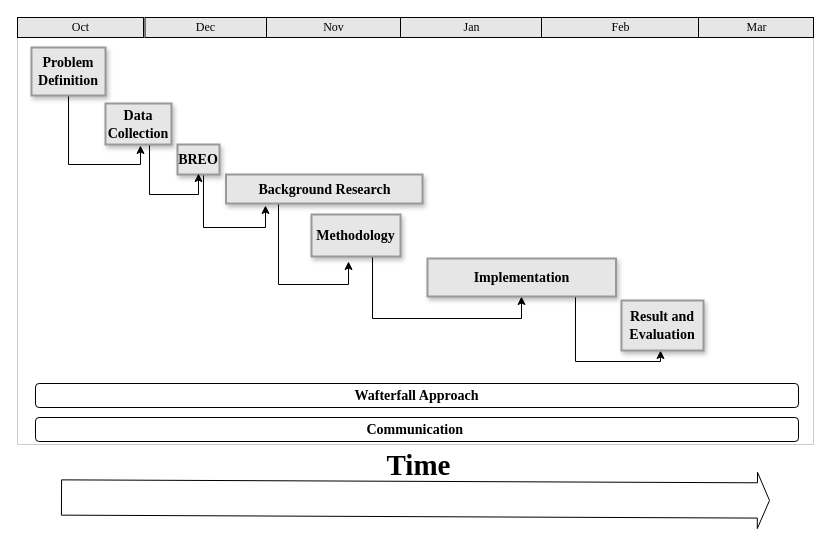
347115683/Diagram keeps this draw.io diagram as gantt.drawio. Above is the earlier version. Source tidied: cells renumbered, new cells numbered last; positions are measured from the earlier drawing's top-left corner, leaving out a move shared by most shapes. Both pictures are drawn from the tidied source at 100%, with x=0, y=0 at pixel (17, 17).
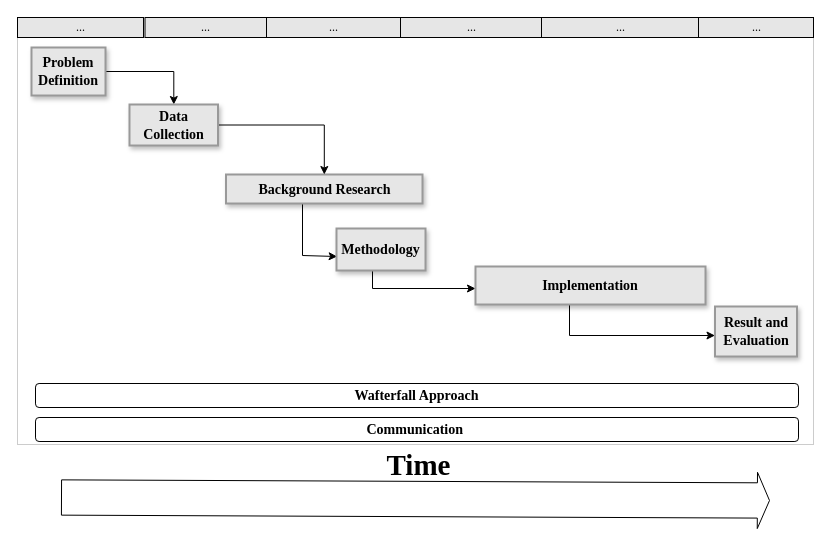
The same page after the edit.

The change refers to these unchanged cells:
```xml
<mxCell id="10" value="&lt;b&gt;&lt;font face=&quot;Times New Roman&quot;&gt;Problem Definition&lt;br&gt;&lt;/font&gt;&lt;/b&gt;" style="whiteSpace=wrap;html=1;strokeWidth=2;fillColor=#E6E6E6;gradientColor=none;fontSize=14;align=center;strokeColor=#999999;shadow=1;" parent="1" vertex="1">
  <mxGeometry x="14" y="30" width="74" height="48" as="geometry" />
</mxCell>
<mxCell id="12" value="&lt;b&gt;&lt;font face=&quot;Times New Roman&quot;&gt;Background Research&lt;/font&gt;&lt;/b&gt;" style="whiteSpace=wrap;html=1;strokeWidth=2;fillColor=#E6E6E6;gradientColor=none;fontSize=14;align=center;strokeColor=#999999;shadow=1;" parent="1" vertex="1">
  <mxGeometry x="208.5" y="157" width="196.5" height="29" as="geometry" />
</mxCell>
```

Change to the diagram source:
```diff
@@
-    <mxCell id="3" value="&lt;font face=&quot;Times New Roman&quot;&gt;Jan&lt;/font&gt;" style="strokeWidth=1;fontStyle=0;html=1;fillColor=#E6E6E6;shadow=0;" parent="1" vertex="1">
+    <mxCell id="3" value="&lt;font face=&quot;Times New Roman&quot;&gt;...&lt;/font&gt;" style="strokeWidth=1;fontStyle=0;html=1;fillColor=#E6E6E6;shadow=0;" parent="1" vertex="1">
       <mxGeometry x="382" width="143" height="20" as="geometry" />
     </mxCell>
-    <mxCell id="4" value="&lt;font face=&quot;Times New Roman&quot;&gt;Feb&lt;/font&gt;" style="strokeWidth=1;fontStyle=0;html=1;fillColor=#E6E6E6;shadow=0;" parent="1" vertex="1">
+    <mxCell id="4" value="&lt;font face=&quot;Times New Roman&quot;&gt;...&lt;/font&gt;" style="strokeWidth=1;fontStyle=0;html=1;fillColor=#E6E6E6;shadow=0;" parent="1" vertex="1">
       <mxGeometry x="524" width="157" height="20" as="geometry" />
     </mxCell>
-    <mxCell id="5" value="&lt;font face=&quot;Times New Roman&quot;&gt;Mar&lt;/font&gt;" style="strokeWidth=1;fontStyle=0;html=1;fillColor=#E6E6E6;shadow=0;" parent="1" vertex="1">
+    <mxCell id="5" value="&lt;font face=&quot;Times New Roman&quot;&gt;...&lt;/font&gt;" style="strokeWidth=1;fontStyle=0;html=1;fillColor=#E6E6E6;shadow=0;" parent="1" vertex="1">
       <mxGeometry x="681" width="115" height="20" as="geometry" />
     </mxCell>
-    <mxCell id="6" value="&lt;font face=&quot;Times New Roman&quot;&gt;Oct&lt;/font&gt;" style="strokeWidth=1;fontStyle=0;html=1;fillColor=#E6E6E6;shadow=0;" parent="1" vertex="1">
+    <mxCell id="6" value="&lt;font face=&quot;Times New Roman&quot;&gt;...&lt;/font&gt;" style="strokeWidth=1;fontStyle=0;html=1;fillColor=#E6E6E6;shadow=0;" parent="1" vertex="1">
       <mxGeometry width="126" height="20" as="geometry" />
     </mxCell>
-    <mxCell id="7" value="&lt;font face=&quot;Times New Roman&quot;&gt;Nov&lt;/font&gt;" style="strokeWidth=1;fontStyle=0;html=1;fillColor=#E6E6E6;shadow=0;" parent="1" vertex="1">
+    <mxCell id="7" value="&lt;font face=&quot;Times New Roman&quot;&gt;...&lt;/font&gt;" style="strokeWidth=1;fontStyle=0;html=1;fillColor=#E6E6E6;shadow=0;" parent="1" vertex="1">
       <mxGeometry x="249" width="134" height="20" as="geometry" />
     </mxCell>
-    <mxCell id="8" value="&lt;font face=&quot;Times New Roman&quot;&gt;Dec&lt;/font&gt;" style="strokeWidth=1;fontStyle=0;html=1;fillColor=#E6E6E6;shadow=0;" parent="1" vertex="1">
+    <mxCell id="8" value="&lt;font face=&quot;Times New Roman&quot;&gt;...&lt;/font&gt;" style="strokeWidth=1;fontStyle=0;html=1;fillColor=#E6E6E6;shadow=0;" parent="1" vertex="1">
       <mxGeometry x="127.5" width="121.5" height="20" as="geometry" />
     </mxCell>
-    <mxCell id="9" style="edgeStyle=orthogonalEdgeStyle;rounded=0;jettySize=auto;html=1;entryX=0.53;entryY=1.024;entryDx=0;entryDy=0;entryPerimeter=0;" parent="1" edge="1" source="10" target="21">
+    <mxCell id="9" style="edgeStyle=orthogonalEdgeStyle;rounded=0;jettySize=auto;html=1;" parent="1" edge="1" source="10" target="21">
       <mxGeometry relative="1" as="geometry" />
     </mxCell>
@@
-    <mxCell id="11" style="edgeStyle=orthogonalEdgeStyle;rounded=0;jettySize=auto;html=1;entryX=0.416;entryY=1.119;entryDx=0;entryDy=0;entryPerimeter=0;" parent="1" edge="1" source="12" target="14">
+    <mxCell id="11" style="edgeStyle=orthogonalEdgeStyle;rounded=0;jettySize=auto;html=1;entryX=0.007;entryY=0.667;entryDx=0;entryDy=0;entryPerimeter=0;" parent="1" edge="1" source="12" target="14">
       <mxGeometry relative="1" as="geometry">
         <Array as="points">
-          <mxPoint x="261" y="267" />
-          <mxPoint x="331" y="267" />
+          <mxPoint x="285" y="238" />
         </Array>
       </mxGeometry>
     </mxCell>
@@
     <mxCell id="13" style="edgeStyle=orthogonalEdgeStyle;rounded=0;jettySize=auto;html=1;" parent="1" edge="1" source="14" target="16">
       <mxGeometry relative="1" as="geometry">
         <Array as="points">
-          <mxPoint x="355" y="301" />
-          <mxPoint x="504" y="301" />
+          <mxPoint x="355" y="271" />
         </Array>
       </mxGeometry>
     </mxCell>
     <mxCell id="14" value="&lt;b&gt;&lt;font face=&quot;Times New Roman&quot;&gt;Methodology&lt;/font&gt;&lt;/b&gt;" style="whiteSpace=wrap;html=1;strokeWidth=2;fillColor=#E6E6E6;gradientColor=none;fontSize=14;align=center;strokeColor=#999999;shadow=1;" parent="1" vertex="1">
-      <mxGeometry x="294" y="197" width="89" height="42" as="geometry" />
+      <mxGeometry x="319" y="211" width="89" height="42" as="geometry" />
     </mxCell>
-    <mxCell id="15" style="edgeStyle=orthogonalEdgeStyle;rounded=0;jettySize=auto;html=1;entryX=0.476;entryY=1;entryDx=0;entryDy=0;entryPerimeter=0;" parent="1" edge="1" source="16" target="17">
+    <mxCell id="15" style="edgeStyle=orthogonalEdgeStyle;rounded=0;jettySize=auto;html=1;" parent="1" edge="1" source="16" target="17">
       <mxGeometry relative="1" as="geometry">
         <Array as="points">
-          <mxPoint x="558" y="344" />
-          <mxPoint x="643" y="344" />
+          <mxPoint x="552" y="318" />
         </Array>
       </mxGeometry>
     </mxCell>
     <mxCell id="16" value="&lt;b&gt;&lt;font face=&quot;Times New Roman&quot;&gt;Implementation&lt;/font&gt;&lt;/b&gt;" style="whiteSpace=wrap;html=1;strokeWidth=2;fillColor=#E6E6E6;gradientColor=none;fontSize=14;align=center;strokeColor=#999999;shadow=1;" parent="1" vertex="1">
-      <mxGeometry x="410" y="241" width="188.5" height="38" as="geometry" />
+      <mxGeometry x="458" y="249" width="230" height="38" as="geometry" />
     </mxCell>
     <mxCell id="17" value="&lt;b&gt;&lt;font face=&quot;Times New Roman&quot;&gt;Result and &lt;br&gt;Evaluation&lt;/font&gt;&lt;/b&gt;" style="whiteSpace=wrap;html=1;strokeWidth=2;fillColor=#E6E6E6;gradientColor=none;fontSize=14;align=center;strokeColor=#999999;shadow=1;" parent="1" vertex="1">
-      <mxGeometry x="604" y="283" width="82" height="50" as="geometry" />
+      <mxGeometry x="697.5" y="289" width="82" height="50" as="geometry" />
     </mxCell>
-    <mxCell id="18" style="edgeStyle=orthogonalEdgeStyle;rounded=0;jettySize=auto;html=1;entryX=0.201;entryY=1.069;entryDx=0;entryDy=0;entryPerimeter=0;" parent="1" edge="1" source="19" target="12">
-      <mxGeometry relative="1" as="geometry">
-        <Array as="points">
-          <mxPoint x="186" y="210" />
-          <mxPoint x="248" y="210" />
-        </Array>
-      </mxGeometry>
-    </mxCell>
-    <mxCell id="19" value="&lt;b&gt;&lt;font face=&quot;Times New Roman&quot;&gt;BREO&lt;/font&gt;&lt;/b&gt;" style="whiteSpace=wrap;html=1;strokeWidth=2;fillColor=#E6E6E6;gradientColor=none;fontSize=14;align=center;strokeColor=#999999;shadow=1;" parent="1" vertex="1">
-      <mxGeometry x="160" y="127" width="42" height="30" as="geometry" />
-    </mxCell>
-    <mxCell id="20" style="edgeStyle=orthogonalEdgeStyle;rounded=0;jettySize=auto;html=1;entryX=0.5;entryY=0.967;entryDx=0;entryDy=0;entryPerimeter=0;" parent="1" edge="1" source="21" target="19">
-      <mxGeometry relative="1" as="geometry">
-        <Array as="points">
-          <mxPoint x="132" y="177" />
-          <mxPoint x="181" y="177" />
-        </Array>
-      </mxGeometry>
-    </mxCell>
+    <mxCell id="26" style="edgeStyle=orthogonalEdgeStyle;rounded=0;jettySize=auto;html=1;" parent="1" edge="1" source="21" target="12">
+      <mxGeometry relative="1" as="geometry" />
+    </mxCell>
     <mxCell id="21" value="&lt;b&gt;&lt;font face=&quot;Times New Roman&quot;&gt;Data &lt;br&gt;Collection&lt;/font&gt;&lt;/b&gt;" style="whiteSpace=wrap;html=1;strokeWidth=2;fillColor=#E6E6E6;gradientColor=none;fontSize=14;align=center;strokeColor=#999999;shadow=1;" parent="1" vertex="1">
-      <mxGeometry x="88" y="86" width="66" height="41" as="geometry" />
+      <mxGeometry x="112" y="87" width="88.5" height="41" as="geometry" />
     </mxCell>
```
